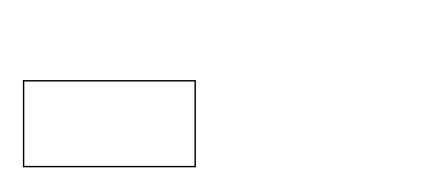
Before: 医门推敲叁/未命名绘图.drawio in 328507133/chart, a draw.io diagram. Source tidied: cells renumbered, new cells numbered last; positions are measured from the earlier drawing's top-left corner, leaving out a move shared by most shapes. Both pictures are drawn from the tidied source at 143%, with x=0, y=0 at pixel (23, 80).
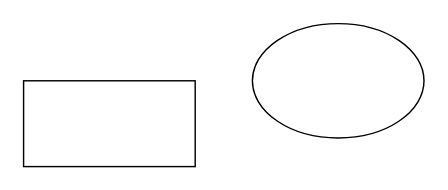
The same page after the edit.

Commit message (it also covers changes not shown here):
更新未命名绘图.drawio

Change to the diagram source:
```diff
@@
 <mxGraphModel>
   <root>
     <mxCell id="0" />
     <mxCell id="1" parent="0" />
     <mxCell id="2" style="rounded=0;whiteSpace=wrap;html=1;" parent="1" vertex="1">
       <mxGeometry width="120" height="60" as="geometry" />
     </mxCell>
+    <mxCell id="3" style="ellipse;whiteSpace=wrap;html=1;" parent="1" vertex="1">
+      <mxGeometry x="160" y="-40" width="120" height="80" as="geometry" />
+    </mxCell>
   </root>
 </mxGraphModel>
```
